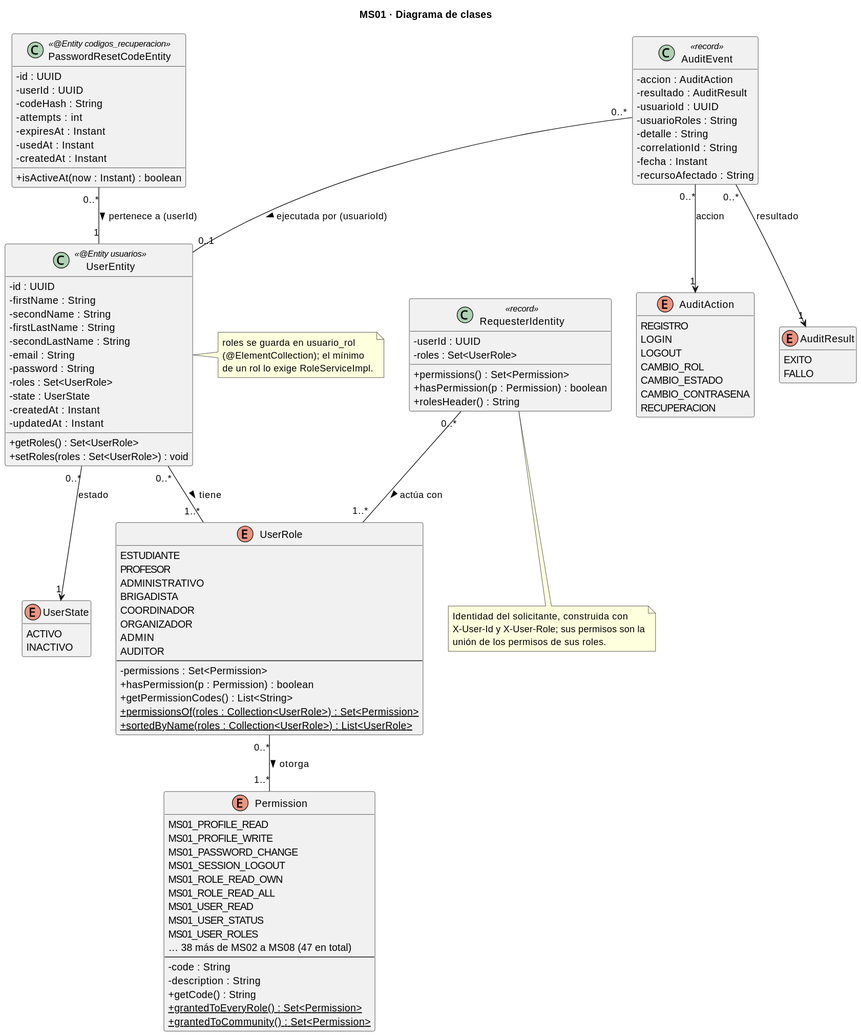
CampusSeguro-DOSW-2026-2/documentation keeps this PlantUML diagram as ms01-identity-and-access/diagramas/ms01_clases.svg. Above is the earlier version. The source it was exported from:
```plantuml
@startuml
skinparam classAttributeIconSize 0
skinparam shadowing false
hide empty members
title MS01 · Diagrama de clases

class UserEntity <<@Entity usuarios>> {
    - id : UUID
    - firstName : String
    - secondName : String
    - firstLastName : String
    - secondLastName : String
    - email : String
    - password : String
    - roles : Set<UserRole>
    - state : UserState
    - createdAt : Instant
    - updatedAt : Instant
    + getRoles() : Set<UserRole>
    + setRoles(roles : Set<UserRole>) : void
}

class PasswordResetCodeEntity <<@Entity codigos_recuperacion>> {
    - id : UUID
    - userId : UUID
    - codeHash : String
    - attempts : int
    - expiresAt : Instant
    - usedAt : Instant
    - createdAt : Instant
    + isActiveAt(now : Instant) : boolean
}

enum UserState {
    ACTIVO
    INACTIVO
}

enum UserRole {
    ESTUDIANTE
    PROFESOR
    ADMINISTRATIVO
    BRIGADISTA
    COORDINADOR
    ORGANIZADOR
    ADMIN
    AUDITOR
    --
    - permissions : Set<Permission>
    + hasPermission(p : Permission) : boolean
    + getPermissionCodes() : List<String>
    + {static} permissionsOf(roles : Collection<UserRole>) : Set<Permission>
    + {static} sortedByName(roles : Collection<UserRole>) : List<UserRole>
}

enum Permission {
    MS01_PROFILE_READ
    MS01_PROFILE_WRITE
    MS01_PASSWORD_CHANGE
    MS01_SESSION_LOGOUT
    MS01_ROLE_READ_OWN
    MS01_ROLE_READ_ALL
    MS01_USER_READ
    MS01_USER_STATUS
    MS01_USER_ROLES
    … 38 más de MS02 a MS08 (47 en total)
    --
    - code : String
    - description : String
    + getCode() : String
    + {static} grantedToEveryRole() : Set<Permission>
    + {static} grantedToCommunity() : Set<Permission>
}

class RequesterIdentity <<record>> {
    - userId : UUID
    - roles : Set<UserRole>
    + permissions() : Set<Permission>
    + hasPermission(p : Permission) : boolean
    + rolesHeader() : String
}

class AuditEvent <<record>> {
    - accion : AuditAction
    - resultado : AuditResult
    - usuarioId : UUID
    - usuarioRoles : String
    - detalle : String
    - correlationId : String
    - fecha : Instant
    - recursoAfectado : String
}

enum AuditAction {
    REGISTRO
    LOGIN
    LOGOUT
    CAMBIO_ROL
    CAMBIO_ESTADO
    CAMBIO_CONTRASENA
    RECUPERACION
}

enum AuditResult {
    EXITO
    FALLO
}

UserEntity "0..*" -- "1..*" UserRole : tiene >
UserEntity "0..*" --> "1" UserState : estado
UserRole "0..*" -- "1..*" Permission : otorga >
PasswordResetCodeEntity "0..*" -- "1" UserEntity : pertenece a (userId) >
RequesterIdentity "0..*" -- "1..*" UserRole : actúa con >
AuditEvent "0..*" -- "0..1" UserEntity : ejecutada por (usuarioId) >
AuditEvent "0..*" --> "1" AuditAction : accion
AuditEvent "0..*" --> "1" AuditResult : resultado

note bottom of RequesterIdentity
  Identidad del solicitante, construida con
  X-User-Id y X-User-Role; sus permisos son la
  unión de los permisos de sus roles.
end note
note right of UserEntity
  roles se guarda en usuario_rol
  (@ElementCollection); el mínimo
  de un rol lo exige RoleServiceImpl.
end note
@enduml
```
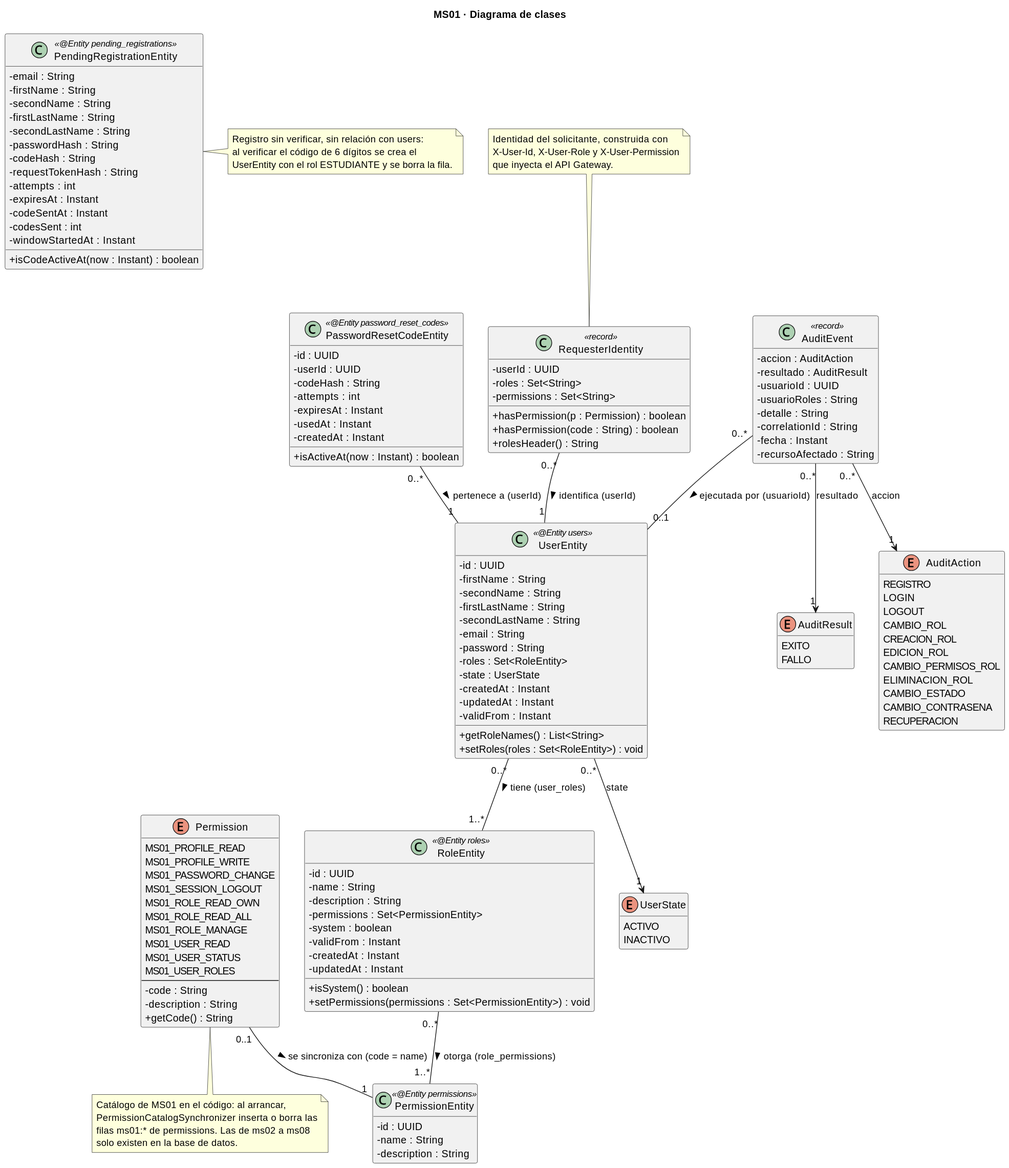
Later version of the same file.

Commit message:
docs(ms01): actualizar los diagramas al codigo actual (roles en BD, despliegue en AWS con RDS)

Diff of the diagram source:
```diff
@@ -4,7 +4,7 @@
 hide empty members
 title MS01 · Diagrama de clases
 
-class UserEntity <<@Entity usuarios>> {
+class UserEntity <<@Entity users>> {
     - id : UUID
     - firstName : String
     - secondName : String
@@ -12,15 +12,57 @@
     - secondLastName : String
     - email : String
     - password : String
-    - roles : Set<UserRole>
+    - roles : Set<RoleEntity>
     - state : UserState
     - createdAt : Instant
     - updatedAt : Instant
-    + getRoles() : Set<UserRole>
-    + setRoles(roles : Set<UserRole>) : void
+    - validFrom : Instant
+    + getRoleNames() : List<String>
+    + setRoles(roles : Set<RoleEntity>) : void
 }
 
-class PasswordResetCodeEntity <<@Entity codigos_recuperacion>> {
+class RoleEntity <<@Entity roles>> {
+    - id : UUID
+    - name : String
+    - description : String
+    - permissions : Set<PermissionEntity>
+    - system : boolean
+    - validFrom : Instant
+    - createdAt : Instant
+    - updatedAt : Instant
+    + isSystem() : boolean
+    + setPermissions(permissions : Set<PermissionEntity>) : void
+}
+
+class PermissionEntity <<@Entity permissions>> {
+    - id : UUID
+    - name : String
+    - description : String
+}
+
+enum Permission {
+    MS01_PROFILE_READ
+    MS01_PROFILE_WRITE
+    MS01_PASSWORD_CHANGE
+    MS01_SESSION_LOGOUT
+    MS01_ROLE_READ_OWN
+    MS01_ROLE_READ_ALL
+    MS01_ROLE_MANAGE
+    MS01_USER_READ
+    MS01_USER_STATUS
+    MS01_USER_ROLES
+    --
+    - code : String
+    - description : String
+    + getCode() : String
+}
+
+enum UserState {
+    ACTIVO
+    INACTIVO
+}
+
+class PasswordResetCodeEntity <<@Entity password_reset_codes>> {
     - id : UUID
     - userId : UUID
     - codeHash : String
@@ -31,52 +73,29 @@
     + isActiveAt(now : Instant) : boolean
 }
 
-enum UserState {
-    ACTIVO
-    INACTIVO
-}
-
-enum UserRole {
-    ESTUDIANTE
-    PROFESOR
-    ADMINISTRATIVO
-    BRIGADISTA
-    COORDINADOR
-    ORGANIZADOR
-    ADMIN
-    AUDITOR
-    --
-    - permissions : Set<Permission>
-    + hasPermission(p : Permission) : boolean
-    + getPermissionCodes() : List<String>
-    + {static} permissionsOf(roles : Collection<UserRole>) : Set<Permission>
-    + {static} sortedByName(roles : Collection<UserRole>) : List<UserRole>
-}
-
-enum Permission {
-    MS01_PROFILE_READ
-    MS01_PROFILE_WRITE
-    MS01_PASSWORD_CHANGE
-    MS01_SESSION_LOGOUT
-    MS01_ROLE_READ_OWN
-    MS01_ROLE_READ_ALL
-    MS01_USER_READ
-    MS01_USER_STATUS
-    MS01_USER_ROLES
-    … 38 más de MS02 a MS08 (47 en total)
-    --
-    - code : String
-    - description : String
-    + getCode() : String
-    + {static} grantedToEveryRole() : Set<Permission>
-    + {static} grantedToCommunity() : Set<Permission>
+class PendingRegistrationEntity <<@Entity pending_registrations>> {
+    - email : String
+    - firstName : String
+    - secondName : String
+    - firstLastName : String
+    - secondLastName : String
+    - passwordHash : String
+    - codeHash : String
+    - requestTokenHash : String
+    - attempts : int
+    - expiresAt : Instant
+    - codeSentAt : Instant
+    - codesSent : int
+    - windowStartedAt : Instant
+    + isCodeActiveAt(now : Instant) : boolean
 }
 
 class RequesterIdentity <<record>> {
     - userId : UUID
-    - roles : Set<UserRole>
-    + permissions() : Set<Permission>
+    - roles : Set<String>
+    - permissions : Set<String>
     + hasPermission(p : Permission) : boolean
+    + hasPermission(code : String) : boolean
     + rolesHeader() : String
 }
 
@@ -96,6 +115,10 @@
     LOGIN
     LOGOUT
     CAMBIO_ROL
+    CREACION_ROL
+    EDICION_ROL
+    CAMBIO_PERMISOS_ROL
+    ELIMINACION_ROL
     CAMBIO_ESTADO
     CAMBIO_CONTRASENA
     RECUPERACION
@@ -106,23 +129,30 @@
     FALLO
 }
 
-UserEntity "0..*" -- "1..*" UserRole : tiene >
-UserEntity "0..*" --> "1" UserState : estado
-UserRole "0..*" -- "1..*" Permission : otorga >
+UserEntity "0..*" -- "1..*" RoleEntity : tiene (user_roles) >
+RoleEntity "0..*" -- "1..*" PermissionEntity : otorga (role_permissions) >
+UserEntity "0..*" --> "1" UserState : state
 PasswordResetCodeEntity "0..*" -- "1" UserEntity : pertenece a (userId) >
-RequesterIdentity "0..*" -- "1..*" UserRole : actúa con >
+Permission "0..1" -- "1" PermissionEntity : se sincroniza con (code = name) >
+RequesterIdentity "0..*" -- "1" UserEntity : identifica (userId) >
 AuditEvent "0..*" -- "0..1" UserEntity : ejecutada por (usuarioId) >
 AuditEvent "0..*" --> "1" AuditAction : accion
 AuditEvent "0..*" --> "1" AuditResult : resultado
 
-note bottom of RequesterIdentity
+note right of PendingRegistrationEntity
+  Registro sin verificar, sin relación con users:
+  al verificar el código de 6 dígitos se crea el
+  UserEntity con el rol ESTUDIANTE y se borra la fila.
+end note
+note top of RequesterIdentity
   Identidad del solicitante, construida con
-  X-User-Id y X-User-Role; sus permisos son la
-  unión de los permisos de sus roles.
+  X-User-Id, X-User-Role y X-User-Permission
+  que inyecta el API Gateway.
 end note
-note right of UserEntity
-  roles se guarda en usuario_rol
-  (@ElementCollection); el mínimo
-  de un rol lo exige RoleServiceImpl.
+note bottom of Permission
+  Catálogo de MS01 en el código: al arrancar,
+  PermissionCatalogSynchronizer inserta o borra las
+  filas ms01:* de permissions. Las de ms02 a ms08
+  solo existen en la base de datos.
 end note
 @enduml
```
